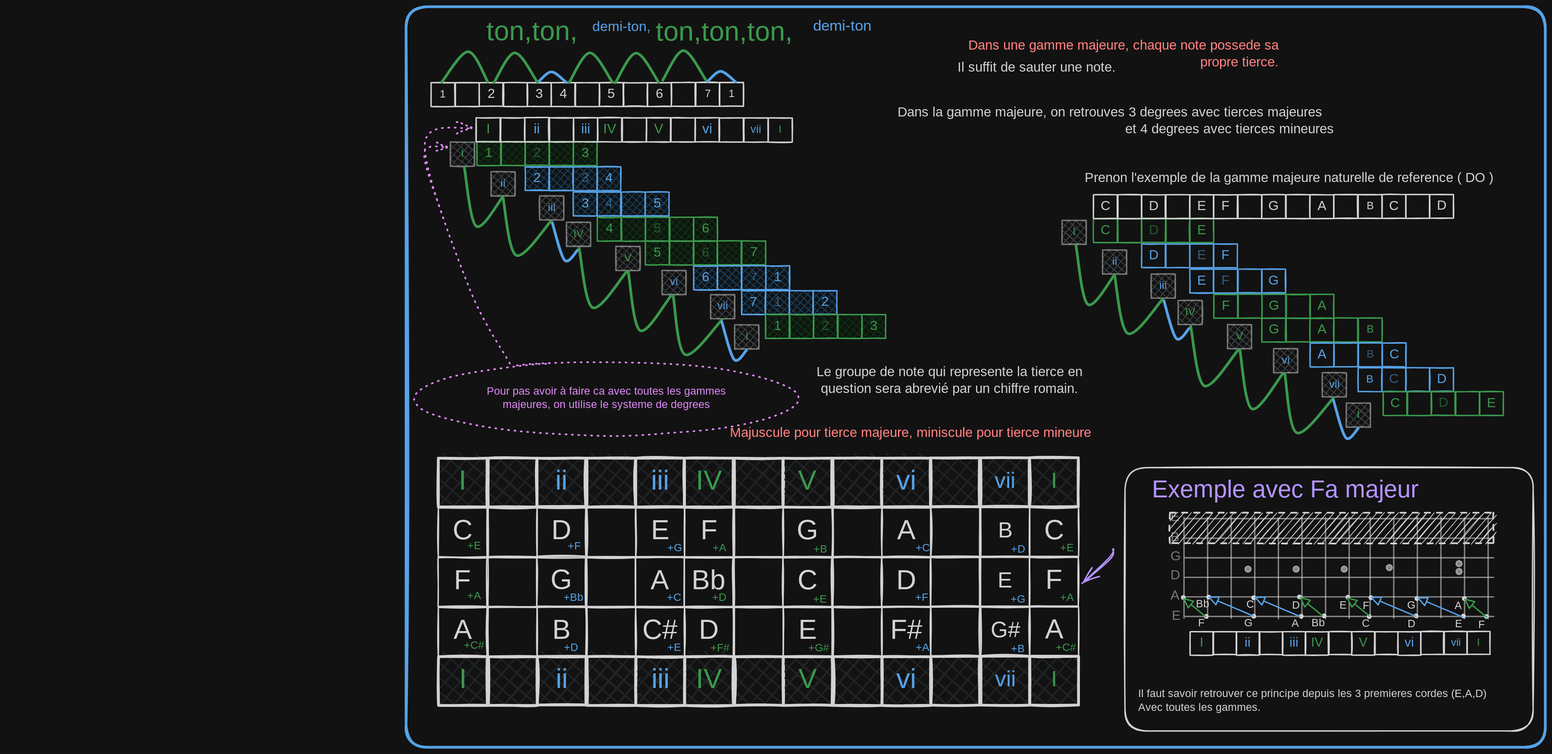
This is 2.1.3rd.majorscale.excalidraw.svg from Sydekends/excalidraw, a Excalidraw export, as it was before one commit. Source tidied: one line per element, renumbered; positions are measured from the earlier drawing's top-left corner, leaving out a move shared by most shapes.
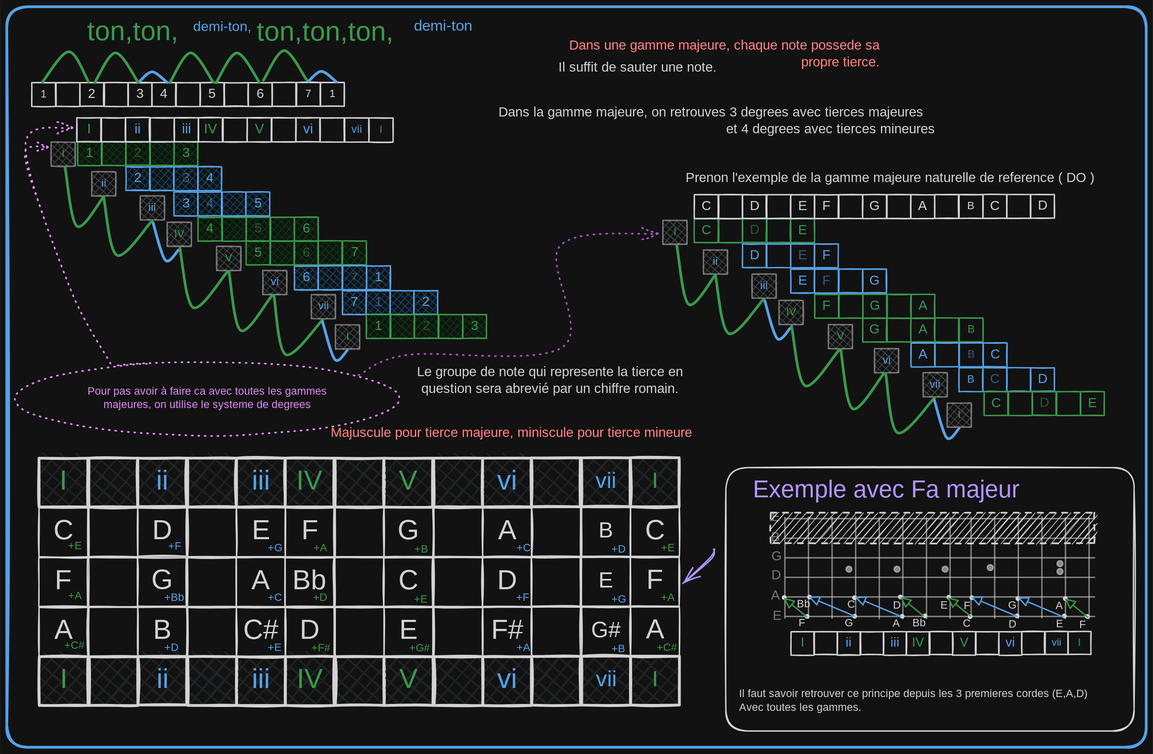
Later version of the same file.

What changed in the source:
```diff
@@ -479,3 +479,4 @@
 {"id": 478, "type": "rectangle", "strokeColor": "#1e1e1e", "strokeWidth": 2, "roughness": 1, "x": 1574, "y": 926, "width": 34, "height": 34}
 {"id": 479, "type": "text", "text": "I", "strokeColor": "#2f9e44", "strokeWidth": 2, "roughness": 1, "fontSize": 15.36, "fontFamily": 5, "textAlign": "center", "verticalAlign": "middle", "inside": 478, "x": 1587, "y": 934, "width": 8, "height": 19}
 {"id": 480, "type": "text", "text": "Il faut savoir retrouver ce principe depuis les 3 premieres cordes (E,A,D)\nAvec toutes les gammes.", "strokeColor": "#1e1e1e", "backgroundColor": "#99e9f2", "fillStyle": "solid", "strokeWidth": 2, "roughness": 0, "fontSize": 16, "fontFamily": 5, "x": 1086, "y": 1009, "width": 566, "height": 40}
+{"id": 481, "type": "arrow", "strokeColor": "#da77f2", "strokeWidth": 2, "strokeStyle": "dotted", "roughness": 1, "endArrowhead": "arrow", "round": true, "from": 349, "to": 353, "x": 521, "y": 545, "width": 445, "height": 209, "points": [[0, 0], [73, -30], [303, -41], [298, -190], [445, -209]]}
```
